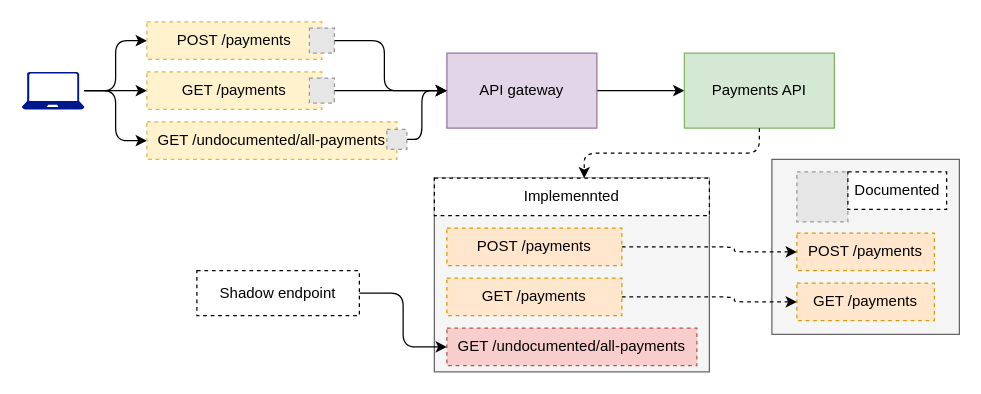
Earlier version of the draw.io diagram page "9.6" (6 of 12) of ch09.drawio (abunuwas/api-sec-book-imgs). Source tidied: cells renumbered, new cells numbered last; positions are measured from the earlier drawing's top-left corner, leaving out a move shared by most shapes. Both pictures are drawn from the tidied source at 125%, with x=0, y=0 at pixel (21, 21). Pictures stored in the file or linked from it are replaced by grey dashed boxes.
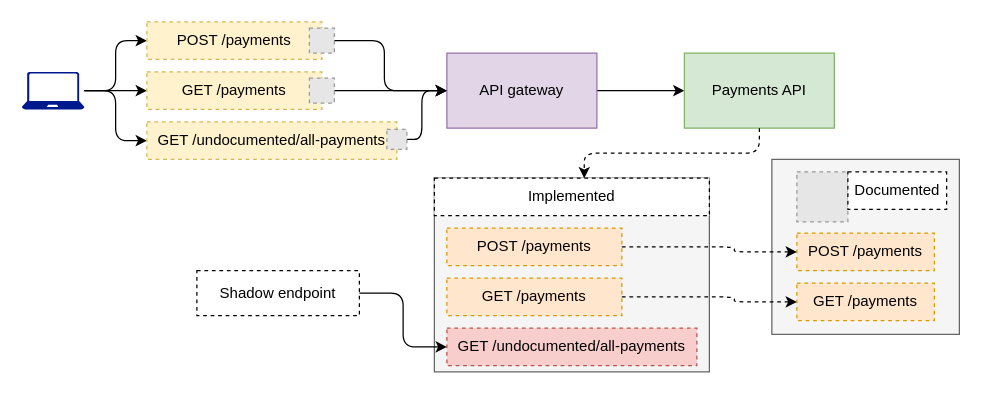
The same diagram, later.

The edit, as a diff of the source:
```diff
@@
-    <mxCell id="27" value="Implemennted" style="text;html=1;align=center;verticalAlign=middle;whiteSpace=wrap;rounded=0;strokeColor=default;dashed=1;fillColor=default;" parent="1" vertex="1">
+    <mxCell id="27" value="Implemented" style="text;html=1;align=center;verticalAlign=middle;whiteSpace=wrap;rounded=0;strokeColor=default;dashed=1;fillColor=default;" parent="1" vertex="1">
       <mxGeometry x="330" y="125" width="220" height="30" as="geometry" />
     </mxCell>
```
